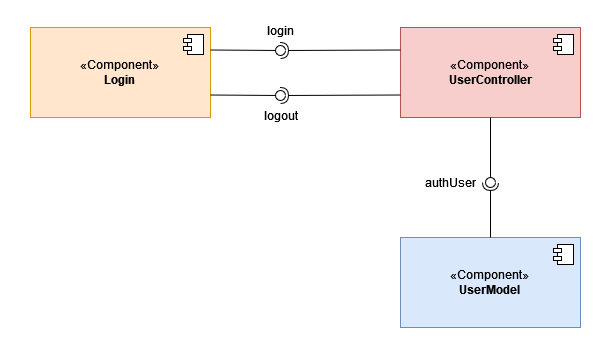
Earlier version of the draw.io export Document/2. Task/3. Architecture Design/[module 1] Component.png (Frankie2030/HCMUT-SSPS-241). Source tidied: cells renumbered, new cells last; positions are measured from the earlier drawing's top-left corner, leaving out a move shared by most shapes. Its diagram source:
```xml
<mxGraphModel>
  <root>
    <mxCell id="0" />
    <mxCell id="1" parent="0" />
    <mxCell id="2" style="rounded=0;whiteSpace=wrap;html=1;strokeColor=#FFFFFF;" parent="1" vertex="1">
      <mxGeometry width="610" height="357" as="geometry" />
    </mxCell>
    <mxCell id="3" value="«Component»&lt;br&gt;&lt;b&gt;Login&lt;/b&gt;" style="html=1;whiteSpace=wrap;fillColor=#ffe6cc;strokeColor=#d79b00;" parent="1" vertex="1">
      <mxGeometry x="30" y="27" width="180" height="90" as="geometry" />
    </mxCell>
    <mxCell id="4" style="shape=module;jettyWidth=8;jettyHeight=4;" parent="3" vertex="1">
      <mxGeometry x="1" width="20" height="20" relative="1" as="geometry">
        <mxPoint x="-27" y="7" as="offset" />
      </mxGeometry>
    </mxCell>
    <mxCell id="5" value="«Component»&lt;br&gt;&lt;b&gt;UserController&lt;/b&gt;" style="html=1;whiteSpace=wrap;fillColor=#f8cecc;strokeColor=#b85450;" parent="1" vertex="1">
      <mxGeometry x="400" y="27" width="180" height="90" as="geometry" />
    </mxCell>
    <mxCell id="6" style="shape=module;jettyWidth=8;jettyHeight=4;" parent="5" vertex="1">
      <mxGeometry x="1" width="20" height="20" relative="1" as="geometry">
        <mxPoint x="-27" y="7" as="offset" />
      </mxGeometry>
    </mxCell>
    <mxCell id="7" value="«Component»&lt;br&gt;&lt;b&gt;UserModel&lt;/b&gt;" style="html=1;whiteSpace=wrap;fillColor=#dae8fc;strokeColor=#6c8ebf;" parent="1" vertex="1">
      <mxGeometry x="400" y="237" width="180" height="90" as="geometry" />
    </mxCell>
    <mxCell id="8" style="shape=module;jettyWidth=8;jettyHeight=4;" parent="7" vertex="1">
      <mxGeometry x="1" width="20" height="20" relative="1" as="geometry">
        <mxPoint x="-27" y="7" as="offset" />
      </mxGeometry>
    </mxCell>
    <mxCell id="9" style="rounded=0;jettySize=auto;html=1;endArrow=halfCircle;endFill=0;endSize=6;strokeWidth=1;sketch=0;exitX=0;exitY=0.25;exitDx=0;exitDy=0;" parent="1" edge="1" source="5" target="11">
      <mxGeometry relative="1" as="geometry" />
    </mxCell>
    <mxCell id="10" style="rounded=0;jettySize=auto;html=1;endArrow=oval;endFill=0;sketch=0;sourcePerimeterSpacing=0;targetPerimeterSpacing=0;endSize=10;exitX=1;exitY=0.25;exitDx=0;exitDy=0;" parent="1" edge="1" source="3" target="11">
      <mxGeometry relative="1" as="geometry" />
    </mxCell>
    <mxCell id="11" style="ellipse;whiteSpace=wrap;html=1;align=center;fillColor=none;strokeColor=none;perimeter=centerPerimeter;points=[];outlineConnect=1;" parent="1" vertex="1">
      <mxGeometry x="275" y="45" width="10" height="10" as="geometry" />
    </mxCell>
    <mxCell id="12" style="rounded=0;jettySize=auto;html=1;endArrow=halfCircle;endFill=0;endSize=6;strokeWidth=1;sketch=0;exitX=0;exitY=0.75;exitDx=0;exitDy=0;" parent="1" edge="1" source="5" target="14">
      <mxGeometry relative="1" as="geometry" />
    </mxCell>
    <mxCell id="13" style="rounded=0;jettySize=auto;html=1;endArrow=oval;endFill=0;sketch=0;sourcePerimeterSpacing=0;targetPerimeterSpacing=0;endSize=10;exitX=1;exitY=0.75;exitDx=0;exitDy=0;" parent="1" edge="1" source="3" target="14">
      <mxGeometry relative="1" as="geometry" />
    </mxCell>
    <mxCell id="14" style="ellipse;whiteSpace=wrap;html=1;align=center;fillColor=none;strokeColor=none;perimeter=centerPerimeter;points=[];outlineConnect=1;" parent="1" vertex="1">
      <mxGeometry x="275" y="90" width="10" height="10" as="geometry" />
    </mxCell>
    <mxCell id="15" style="rounded=0;jettySize=auto;html=1;endArrow=halfCircle;endFill=0;endSize=6;strokeWidth=1;sketch=0;exitX=0.5;exitY=0;exitDx=0;exitDy=0;" parent="1" edge="1" source="7" target="17">
      <mxGeometry relative="1" as="geometry" />
    </mxCell>
    <mxCell id="16" style="rounded=0;jettySize=auto;html=1;endArrow=oval;endFill=0;sketch=0;sourcePerimeterSpacing=0;targetPerimeterSpacing=0;endSize=10;exitX=0.5;exitY=1;exitDx=0;exitDy=0;" parent="1" edge="1" source="5" target="17">
      <mxGeometry relative="1" as="geometry" />
    </mxCell>
    <mxCell id="17" style="ellipse;whiteSpace=wrap;html=1;align=center;fillColor=none;strokeColor=none;perimeter=centerPerimeter;points=[];outlineConnect=1;" parent="1" vertex="1">
      <mxGeometry x="485" y="177" width="10" height="10" as="geometry" />
    </mxCell>
    <mxCell id="18" value="login" style="text;html=1;align=center;verticalAlign=middle;strokeColor=none;fillColor=none;" parent="1" vertex="1">
      <mxGeometry x="255" y="15" width="50" height="30" as="geometry" />
    </mxCell>
    <mxCell id="19" value="logout" style="text;html=1;align=center;verticalAlign=middle;strokeColor=none;fillColor=none;" parent="1" vertex="1">
      <mxGeometry x="255" y="100" width="50" height="30" as="geometry" />
    </mxCell>
    <mxCell id="20" value="authUser" style="text;html=1;align=center;verticalAlign=middle;strokeColor=none;fillColor=none;" parent="1" vertex="1">
      <mxGeometry x="415" y="167" width="70" height="30" as="geometry" />
    </mxCell>
  </root>
</mxGraphModel>
```
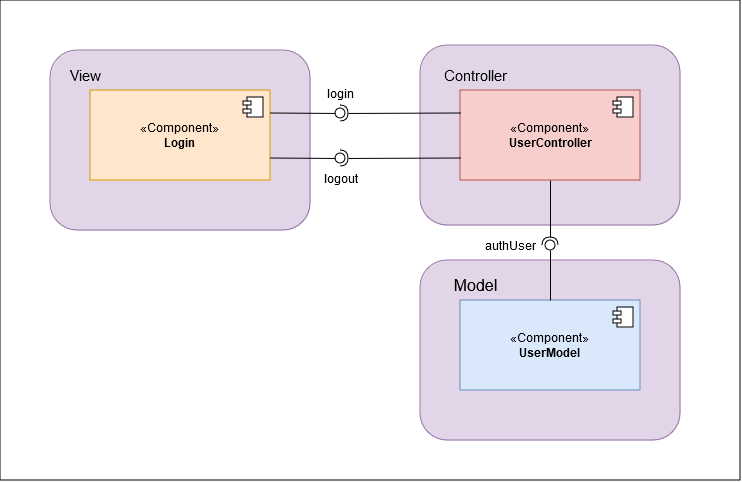
Above is the later version.

Change to the diagram source:
```diff
@@ -2,9 +2,18 @@
   <root>
     <mxCell id="0" />
     <mxCell id="1" parent="0" />
-    <mxCell id="2" style="rounded=0;whiteSpace=wrap;html=1;strokeColor=#FFFFFF;" parent="1" vertex="1">
-      <mxGeometry width="610" height="357" as="geometry" />
+    <mxCell id="2" style="rounded=0;whiteSpace=wrap;html=1;" parent="1" vertex="1">
+      <mxGeometry x="-60" y="-63" width="740" height="480" as="geometry" />
     </mxCell>
+    <mxCell id="21" style="rounded=1;whiteSpace=wrap;html=1;fillColor=#e1d5e7;strokeColor=#9673a6;" parent="1" vertex="1">
+      <mxGeometry x="360" y="197" width="260" height="180" as="geometry" />
+    </mxCell>
+    <mxCell id="22" style="rounded=1;whiteSpace=wrap;html=1;fillColor=#e1d5e7;strokeColor=#9673a6;" parent="1" vertex="1">
+      <mxGeometry x="360" y="-18" width="260" height="180" as="geometry" />
+    </mxCell>
+    <mxCell id="23" style="rounded=1;whiteSpace=wrap;html=1;fillColor=#e1d5e7;strokeColor=#9673a6;" parent="1" vertex="1">
+      <mxGeometry x="-10" y="-13" width="260" height="180" as="geometry" />
+    </mxCell>
     <mxCell id="3" value="«Component»&lt;br&gt;&lt;b&gt;Login&lt;/b&gt;" style="html=1;whiteSpace=wrap;fillColor=#ffe6cc;strokeColor=#d79b00;" parent="1" vertex="1">
       <mxGeometry x="30" y="27" width="180" height="90" as="geometry" />
     </mxCell>
@@ -47,10 +56,10 @@
     <mxCell id="14" style="ellipse;whiteSpace=wrap;html=1;align=center;fillColor=none;strokeColor=none;perimeter=centerPerimeter;points=[];outlineConnect=1;" parent="1" vertex="1">
       <mxGeometry x="275" y="90" width="10" height="10" as="geometry" />
     </mxCell>
-    <mxCell id="15" style="rounded=0;jettySize=auto;html=1;endArrow=halfCircle;endFill=0;endSize=6;strokeWidth=1;sketch=0;exitX=0.5;exitY=0;exitDx=0;exitDy=0;" parent="1" edge="1" source="7" target="17">
+    <mxCell id="15" style="rounded=0;jettySize=auto;html=1;endArrow=halfCircle;endFill=0;endSize=6;strokeWidth=1;sketch=0;exitX=0.5;exitY=1;exitDx=0;exitDy=0;" parent="1" edge="1" source="5" target="17">
       <mxGeometry relative="1" as="geometry" />
     </mxCell>
-    <mxCell id="16" style="rounded=0;jettySize=auto;html=1;endArrow=oval;endFill=0;sketch=0;sourcePerimeterSpacing=0;targetPerimeterSpacing=0;endSize=10;exitX=0.5;exitY=1;exitDx=0;exitDy=0;" parent="1" edge="1" source="5" target="17">
+    <mxCell id="16" style="rounded=0;jettySize=auto;html=1;endArrow=oval;endFill=0;sketch=0;sourcePerimeterSpacing=0;targetPerimeterSpacing=0;endSize=10;exitX=0.5;exitY=0;exitDx=0;exitDy=0;" parent="1" edge="1" source="7" target="17">
       <mxGeometry relative="1" as="geometry" />
     </mxCell>
     <mxCell id="17" style="ellipse;whiteSpace=wrap;html=1;align=center;fillColor=none;strokeColor=none;perimeter=centerPerimeter;points=[];outlineConnect=1;" parent="1" vertex="1">
@@ -65,5 +74,14 @@
     <mxCell id="20" value="authUser" style="text;html=1;align=center;verticalAlign=middle;strokeColor=none;fillColor=none;" parent="1" vertex="1">
       <mxGeometry x="415" y="167" width="70" height="30" as="geometry" />
     </mxCell>
+    <mxCell id="24" value="&lt;font style=&quot;font-size: 15px;&quot;&gt;View&lt;/font&gt;" style="text;html=1;align=center;verticalAlign=middle;strokeColor=none;fillColor=none;" parent="1" vertex="1">
+      <mxGeometry x="-5" y="-3" width="60" height="30" as="geometry" />
+    </mxCell>
+    <mxCell id="25" value="&lt;font style=&quot;font-size: 15px;&quot;&gt;Controller&lt;/font&gt;" style="text;html=1;align=center;verticalAlign=middle;strokeColor=none;fillColor=none;" parent="1" vertex="1">
+      <mxGeometry x="370" y="-3" width="90" height="30" as="geometry" />
+    </mxCell>
+    <mxCell id="26" value="&lt;font style=&quot;font-size: 16px;&quot;&gt;Model&lt;/font&gt;" style="text;html=1;align=center;verticalAlign=middle;strokeColor=none;fillColor=none;" parent="1" vertex="1">
+      <mxGeometry x="380" y="207" width="70" height="30" as="geometry" />
+    </mxCell>
   </root>
 </mxGraphModel>
```
